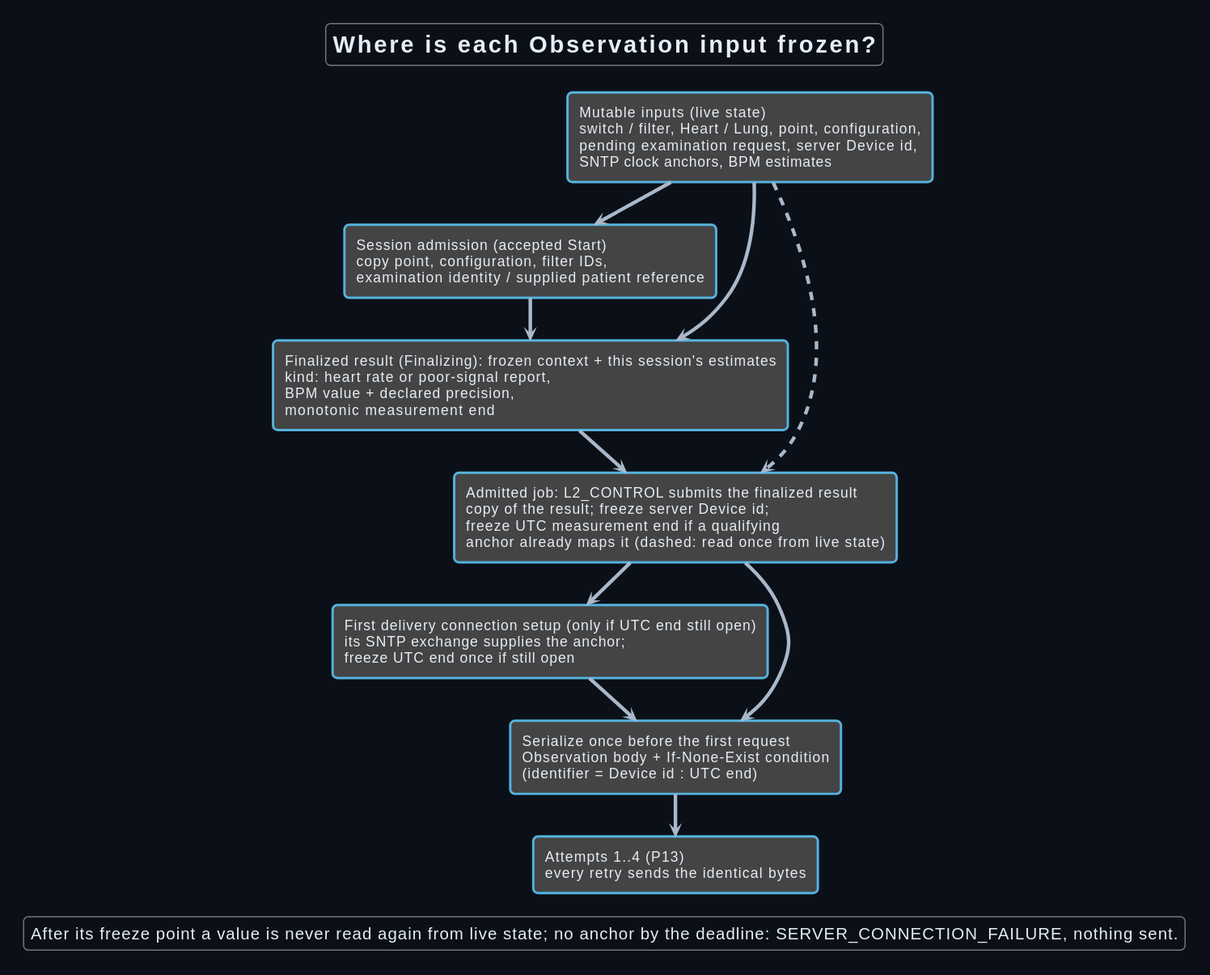
This is Development/system/design/rendered/shared_delivery_provenance.svg from DemonicPsychoII/DigitalStethoscope, a PlantUML export, as it was before one commit. The source it was exported from:
```plantuml
@startuml
!theme cyborg
!pragma layout smetana
skinparam shadowing false
skinparam backgroundColor #0b1018
skinparam defaultFontColor #e6edf7
skinparam ArrowColor #a9b8ca
skinparam defaultFontName SansSerif
title Where is each Observation input frozen?
top to bottom direction
rectangle "Mutable inputs (live state)\nswitch / filter, Heart / Lung, point, configuration,\npending examination request, server Device id,\nSNTP clock anchors, BPM estimates" as live
rectangle "Session admission (accepted Start)\ncopy point, configuration, filter IDs,\nexamination identity / supplied patient reference" as admission
rectangle "Finalized result (Finalizing): frozen context + this session's estimates\nkind: heart rate or poor-signal report,\nBPM value + declared precision,\nmonotonic measurement end" as result
rectangle "Admitted job: L2_CONTROL submits the finalized result\ncopy of the result; freeze server Device id;\nfreeze UTC measurement end if a qualifying\nanchor already maps it (dashed: read once from live state)" as job
rectangle "First delivery connection setup (only if UTC end still open)\nits SNTP exchange supplies the anchor;\nfreeze UTC end once if still open" as setup
rectangle "Serialize once before the first request\nObservation body + If-None-Exist condition\n(identifier = Device id : UTC end)" as bytes
rectangle "Attempts 1..4 (P13)\nevery retry sends the identical bytes" as retries
live --> admission
admission --> result
live --> result
result --> job
live ..> job
job --> setup
job --> bytes
setup --> bytes
bytes --> retries
legend bottom
 After its freeze point a value is never read again from live state; no anchor by the deadline: SERVER_CONNECTION_FAILURE, nothing sent.
endlegend
@enduml
```
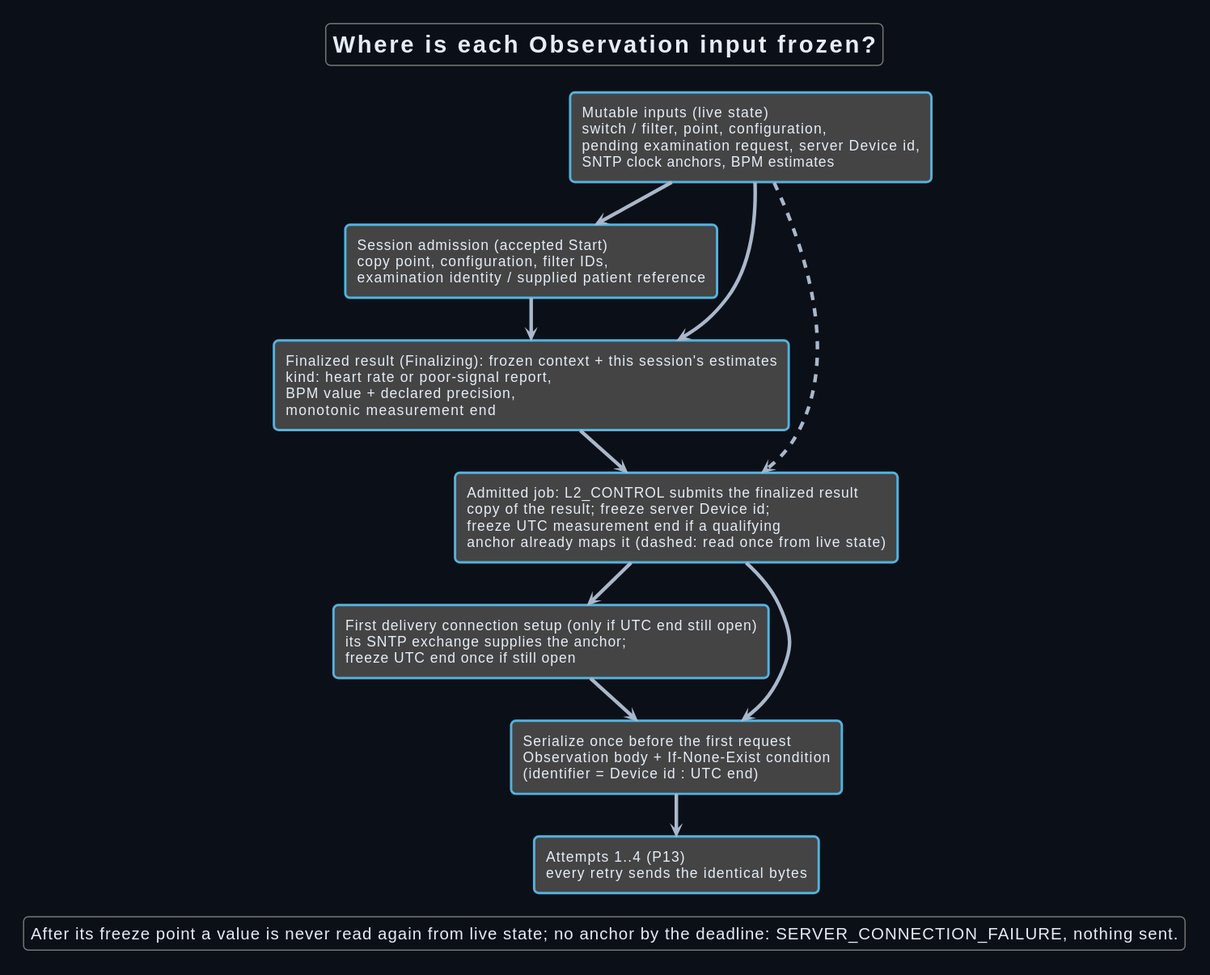
The same diagram one commit later.

Diff of the diagram source:
```diff
@@ -8,7 +8,7 @@
 skinparam defaultFontName SansSerif
 title Where is each Observation input frozen?
 top to bottom direction
-rectangle "Mutable inputs (live state)\nswitch / filter, Heart / Lung, point, configuration,\npending examination request, server Device id,\nSNTP clock anchors, BPM estimates" as live
+rectangle "Mutable inputs (live state)\nswitch / filter, point, configuration,\npending examination request, server Device id,\nSNTP clock anchors, BPM estimates" as live
 rectangle "Session admission (accepted Start)\ncopy point, configuration, filter IDs,\nexamination identity / supplied patient reference" as admission
 rectangle "Finalized result (Finalizing): frozen context + this session's estimates\nkind: heart rate or poor-signal report,\nBPM value + declared precision,\nmonotonic measurement end" as result
 rectangle "Admitted job: L2_CONTROL submits the finalized result\ncopy of the result; freeze server Device id;\nfreeze UTC measurement end if a qualifying\nanchor already maps it (dashed: read once from live state)" as job
```
